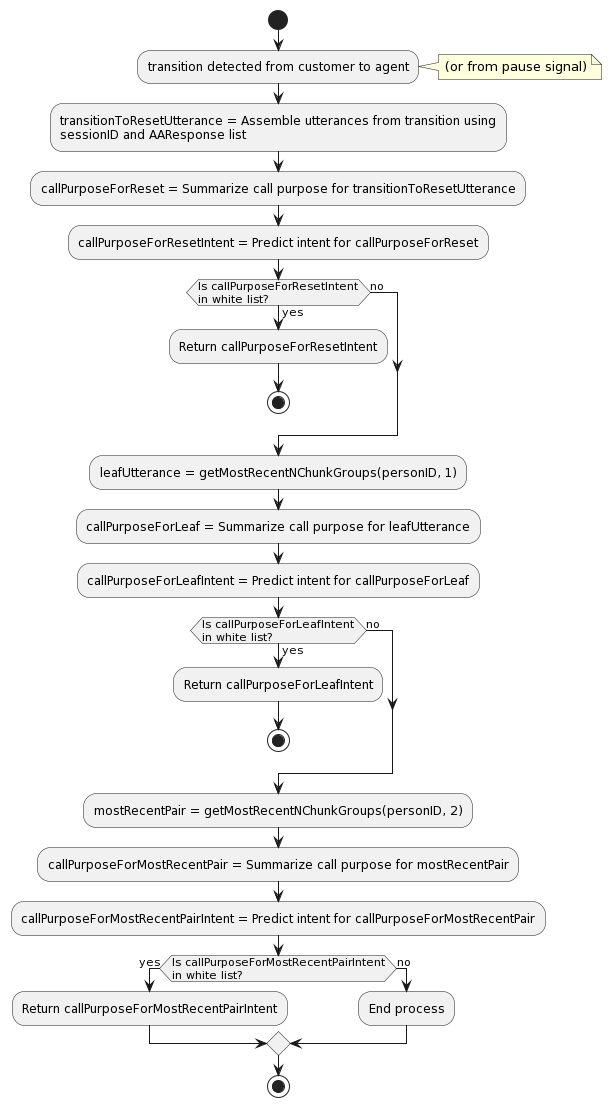
Above: multi-intent-design.png in zelazny1001/lang (PlantUML), before the change. Its diagram source:
```plantuml
@startuml
start
:transition detected from customer to agent;
note right: (or from pause signal)
:transitionToResetUtterance = Assemble utterances from transition using\nsessionID and AAResponse list;
:callPurposeForReset = Summarize call purpose for transitionToResetUtterance;
:callPurposeForResetIntent = Predict intent for callPurposeForReset;

if (Is callPurposeForResetIntent\nin white list?) then (yes)
  :Return callPurposeForResetIntent;
  stop
else (no)
endif

:leafUtterance = getMostRecentNChunkGroups(personID, 1);
:callPurposeForLeaf = Summarize call purpose for leafUtterance;
:callPurposeForLeafIntent = Predict intent for callPurposeForLeaf;

if (Is callPurposeForLeafIntent\nin white list?) then (yes)
  :Return callPurposeForLeafIntent;
  stop
else (no)
endif

:mostRecentPair = getMostRecentNChunkGroups(personID, 2);
:callPurposeForMostRecentPair = Summarize call purpose for mostRecentPair;
:callPurposeForMostRecentPairIntent = Predict intent for callPurposeForMostRecentPair;

if (Is callPurposeForMostRecentPairIntent\nin white list?) then (yes)
  :Return callPurposeForMostRecentPairIntent;
else (no)
  :End process;
endif

stop
@enduml
```
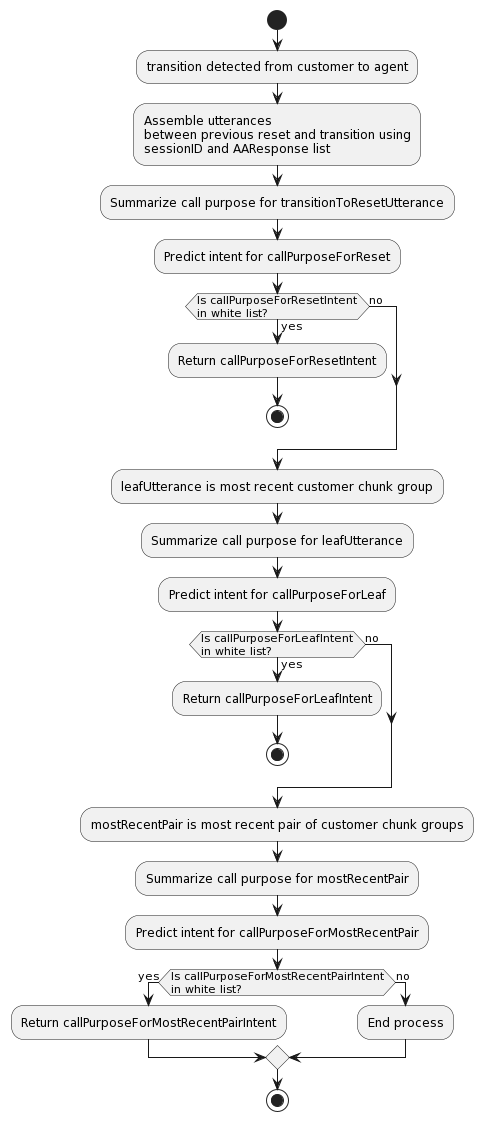
Above is the later version.

Change to the diagram source:
```diff
@@ -1,10 +1,9 @@
 @startuml
 start
 :transition detected from customer to agent;
-note right: (or from pause signal)
-:transitionToResetUtterance = Assemble utterances from transition using\nsessionID and AAResponse list;
-:callPurposeForReset = Summarize call purpose for transitionToResetUtterance;
-:callPurposeForResetIntent = Predict intent for callPurposeForReset;
+:Assemble utterances\nbetween previous reset and transition using\nsessionID and AAResponse list;
+:Summarize call purpose for transitionToResetUtterance;
+:Predict intent for callPurposeForReset;
 
 if (Is callPurposeForResetIntent\nin white list?) then (yes)
   :Return callPurposeForResetIntent;
@@ -12,9 +11,9 @@
 else (no)
 endif
 
-:leafUtterance = getMostRecentNChunkGroups(personID, 1);
-:callPurposeForLeaf = Summarize call purpose for leafUtterance;
-:callPurposeForLeafIntent = Predict intent for callPurposeForLeaf;
+:leafUtterance is most recent customer chunk group;
+:Summarize call purpose for leafUtterance;
+:Predict intent for callPurposeForLeaf;
 
 if (Is callPurposeForLeafIntent\nin white list?) then (yes)
   :Return callPurposeForLeafIntent;
@@ -22,9 +21,9 @@
 else (no)
 endif
 
-:mostRecentPair = getMostRecentNChunkGroups(personID, 2);
-:callPurposeForMostRecentPair = Summarize call purpose for mostRecentPair;
-:callPurposeForMostRecentPairIntent = Predict intent for callPurposeForMostRecentPair;
+:mostRecentPair is most recent pair of customer chunk groups;
+:Summarize call purpose for mostRecentPair;
+:Predict intent for callPurposeForMostRecentPair;
 
 if (Is callPurposeForMostRecentPairIntent\nin white list?) then (yes)
   :Return callPurposeForMostRecentPairIntent;
```
